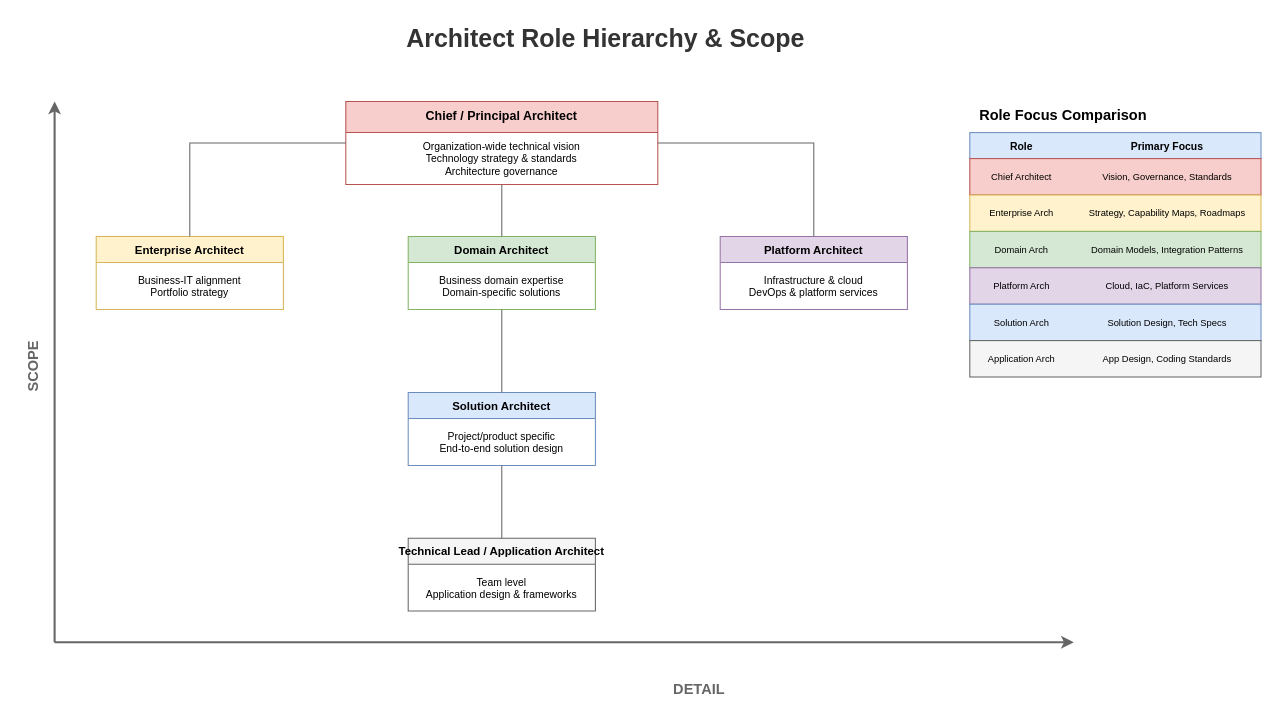
Earlier version of the draw.io diagram lesson-00-software-architect-overview/diagrams/2.4-architect-role-hierarchy.drawio (MrParkerZ7/document-lesson-software-architect-x-claude). Source tidied: cells renumbered, new cells numbered last; positions are measured from the earlier drawing's top-left corner, leaving out a move shared by most shapes. Both pictures are drawn from the tidied source at 104%, with x=0, y=0 at pixel (-8, 18).
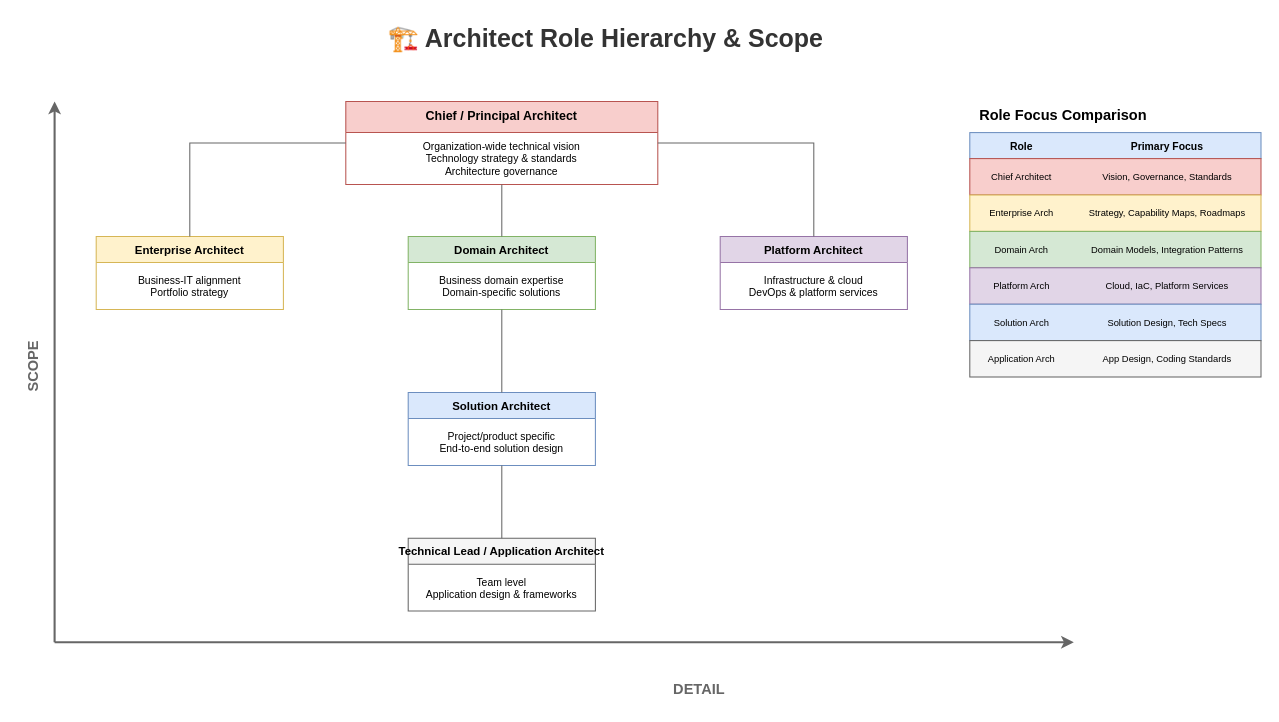
The same diagram, later.

Diff of the diagram source:
```diff
@@
-    <mxCell id="2" value="Architect Role Hierarchy &amp; Scope" style="text;html=1;strokeColor=none;fillColor=none;align=center;verticalAlign=middle;whiteSpace=wrap;rounded=0;fontSize=24;fontStyle=1;fontColor=#333333;" parent="1" vertex="1">
+    <mxCell id="2" value="🏗️ Architect Role Hierarchy &amp; Scope" style="text;html=1;strokeColor=none;fillColor=none;align=center;verticalAlign=middle;whiteSpace=wrap;rounded=0;fontSize=24;fontStyle=1;fontColor=#333333;" parent="1" vertex="1">
       <mxGeometry x="340" width="500" height="40" as="geometry" />
     </mxCell>
```
